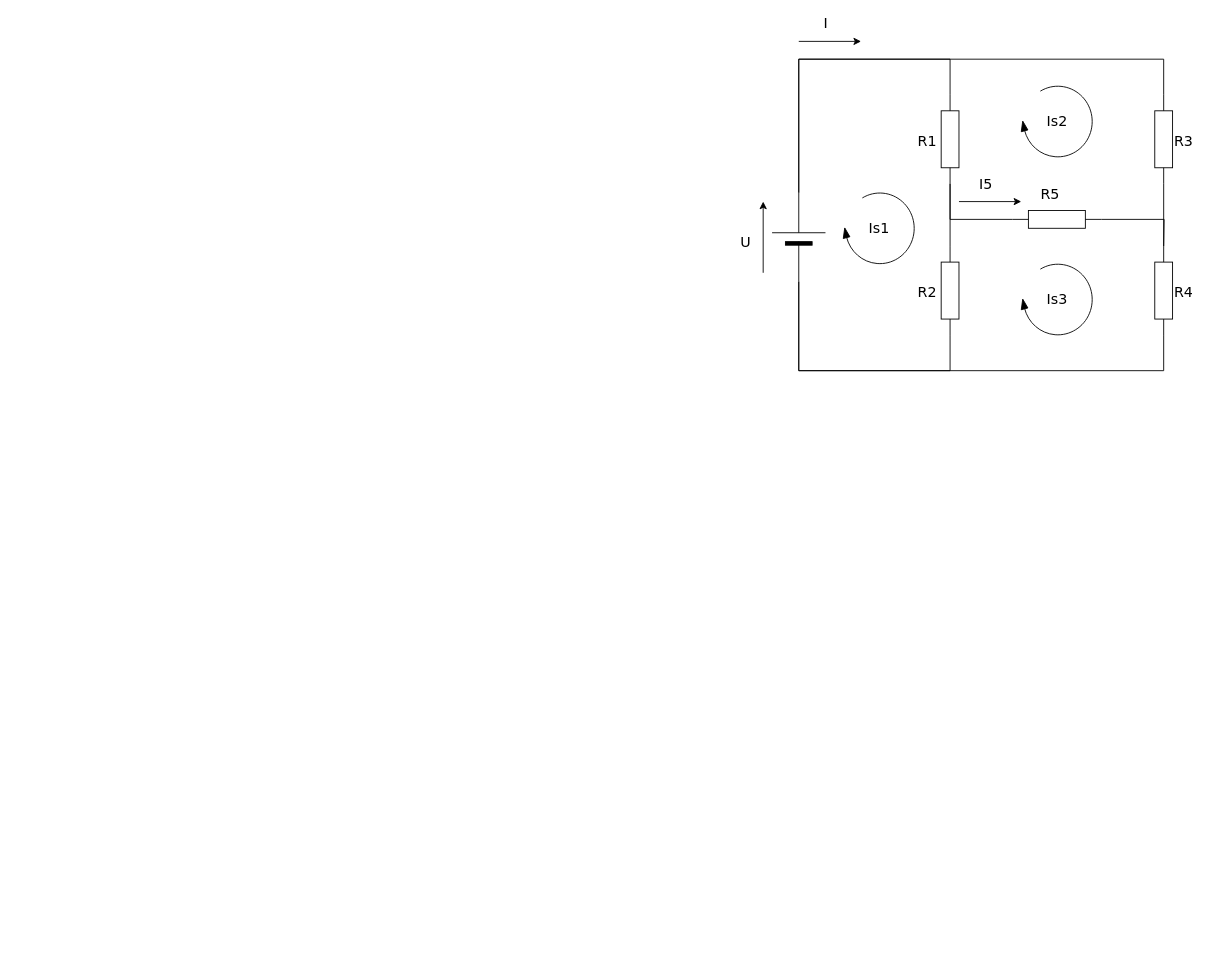
The draw.io diagram kmcc/House.drawio in genmancoder/systems-diagrams, before the edit. Source tidied: cells renumbered, new cells numbered last; positions are measured from the earlier drawing's top-left corner, leaving out a move shared by most shapes. Both pictures are drawn from the tidied source at 89%, with x=0, y=0 at pixel (754, 41).
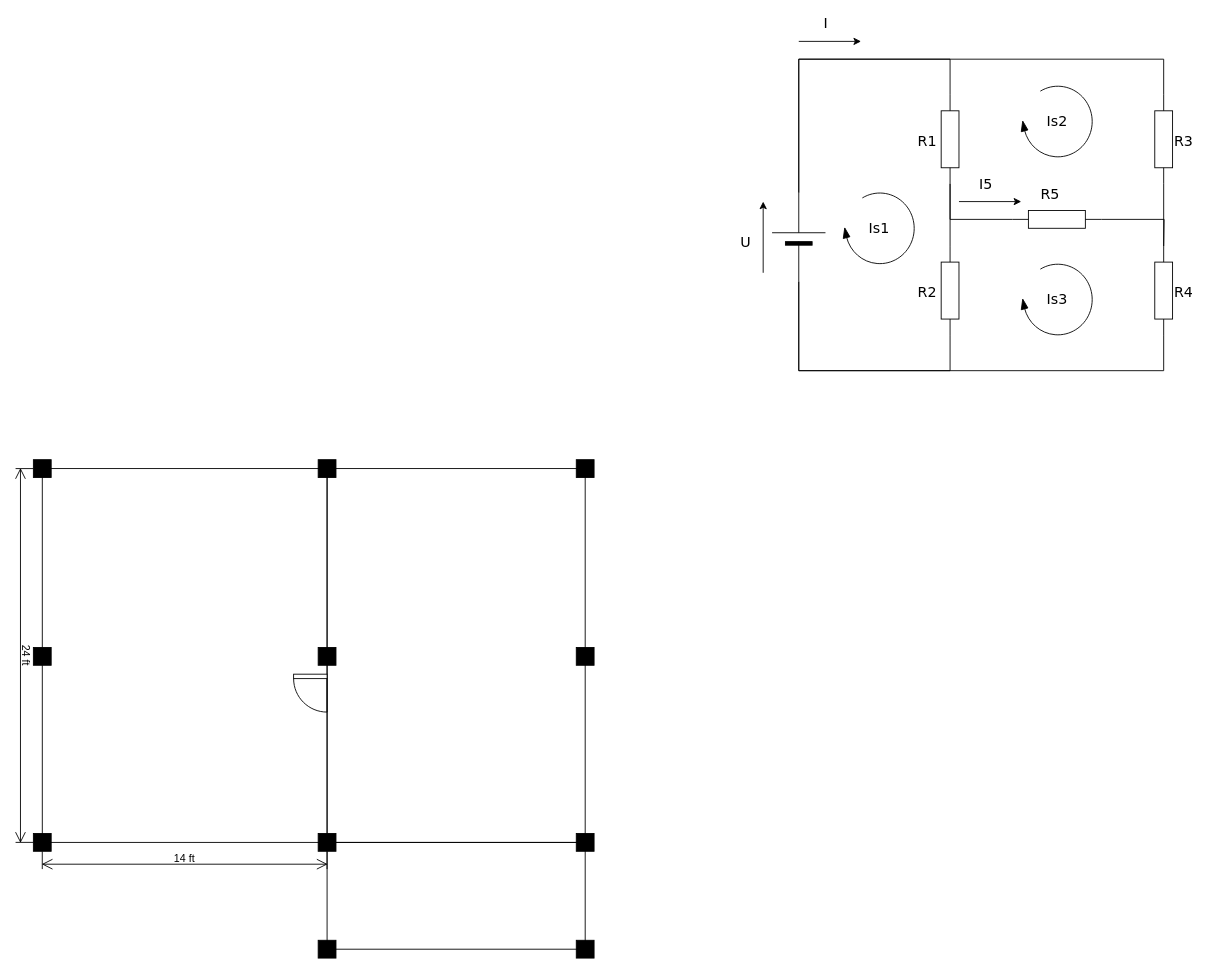
The same page after the edit.

Change to the diagram source:
```diff
@@
+    <mxCell id="27" style="rounded=0;whiteSpace=wrap;html=1;fillColor=none;" parent="1" vertex="1">
+      <mxGeometry x="-800" y="480" width="320" height="420" as="geometry" />
+    </mxCell>
+    <mxCell id="28" style="rounded=0;whiteSpace=wrap;html=1;fillColor=none;" parent="1" vertex="1">
+      <mxGeometry x="-480" y="480" width="290" height="420" as="geometry" />
+    </mxCell>
+    <mxCell id="29" style="whiteSpace=wrap;html=1;fillColor=#000000;" parent="1" vertex="1">
+      <mxGeometry x="-490" y="890" width="20" height="20" as="geometry" />
+    </mxCell>
+    <mxCell id="30" style="whiteSpace=wrap;html=1;fillColor=#000000;" parent="1" vertex="1">
+      <mxGeometry x="-810" y="890" width="20" height="20" as="geometry" />
+    </mxCell>
+    <mxCell id="31" style="whiteSpace=wrap;html=1;fillColor=#000000;" parent="1" vertex="1">
+      <mxGeometry x="-810" y="470" width="20" height="20" as="geometry" />
+    </mxCell>
+    <mxCell id="32" style="whiteSpace=wrap;html=1;fillColor=#000000;" parent="1" vertex="1">
+      <mxGeometry x="-490" y="470" width="20" height="20" as="geometry" />
+    </mxCell>
+    <mxCell id="33" style="whiteSpace=wrap;html=1;fillColor=#000000;" parent="1" vertex="1">
+      <mxGeometry x="-200" y="470" width="20" height="20" as="geometry" />
+    </mxCell>
+    <mxCell id="34" style="whiteSpace=wrap;html=1;fillColor=#000000;" parent="1" vertex="1">
+      <mxGeometry x="-200" y="890" width="20" height="20" as="geometry" />
+    </mxCell>
+    <mxCell id="35" style="whiteSpace=wrap;html=1;fillColor=#000000;" parent="1" vertex="1">
+      <mxGeometry x="-200" y="681" width="20" height="20" as="geometry" />
+    </mxCell>
+    <mxCell id="36" style="whiteSpace=wrap;html=1;fillColor=#000000;" parent="1" vertex="1">
+      <mxGeometry x="-490" y="681" width="20" height="20" as="geometry" />
+    </mxCell>
+    <mxCell id="37" style="whiteSpace=wrap;html=1;fillColor=#000000;" parent="1" vertex="1">
+      <mxGeometry x="-810" y="681" width="20" height="20" as="geometry" />
+    </mxCell>
+    <mxCell id="38" style="verticalLabelPosition=bottom;html=1;verticalAlign=top;align=center;shape=mxgraph.floorplan.doorRight;" parent="1" vertex="1">
+      <mxGeometry x="-517.6" y="711" width="37.6" height="40" as="geometry" />
+    </mxCell>
+    <mxCell id="39" value="14 ft" style="shape=dimension;whiteSpace=wrap;html=1;align=center;verticalAlign=bottom;spacingBottom=3;labelBackgroundColor=none;" parent="1" vertex="1">
+      <mxGeometry x="-800" y="910" width="320" height="20" as="geometry" />
+    </mxCell>
+    <mxCell id="40" style="rounded=0;whiteSpace=wrap;html=1;fillColor=none;" parent="1" vertex="1">
+      <mxGeometry x="-480" y="900" width="290" height="120" as="geometry" />
+    </mxCell>
+    <mxCell id="41" value="24 ft" style="shape=dimension;whiteSpace=wrap;html=1;align=center;verticalAlign=bottom;spacingBottom=3;labelBackgroundColor=none;rotation=90;direction=east;flipH=0;flipV=0;" parent="1" vertex="1">
+      <mxGeometry x="-1030" y="680" width="420" height="20" as="geometry" />
+    </mxCell>
+    <mxCell id="42" style="whiteSpace=wrap;html=1;fillColor=#000000;" parent="1" vertex="1">
+      <mxGeometry x="-200" y="1010" width="20" height="20" as="geometry" />
+    </mxCell>
+    <mxCell id="43" style="whiteSpace=wrap;html=1;fillColor=#000000;" parent="1" vertex="1">
+      <mxGeometry x="-490" y="1010" width="20" height="20" as="geometry" />
+    </mxCell>
```
